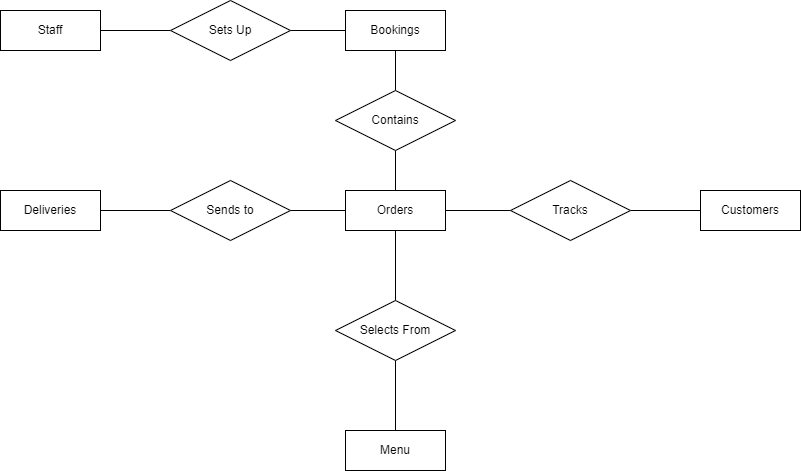
This is Little Lemon Conceptual Model.png from johnt759/db-capstone-project, a draw.io export, as it was before one commit. Source tidied: cells renumbered, new cells last; positions are measured from the earlier drawing's top-left corner, leaving out a move shared by most shapes. Its diagram source:
```xml
<mxGraphModel>
  <root>
    <mxCell id="0" />
    <mxCell id="1" parent="0" />
    <mxCell id="2" style="edgeStyle=orthogonalEdgeStyle;rounded=0;jettySize=auto;html=1;exitX=1;exitY=0.5;exitDx=0;exitDy=0;entryX=0;entryY=0.5;entryDx=0;entryDy=0;endArrow=none;endFill=0;" parent="1" edge="1" source="3" target="22">
      <mxGeometry relative="1" as="geometry" />
    </mxCell>
    <mxCell id="3" value="Staff" style="whiteSpace=wrap;html=1;align=center;" parent="1" vertex="1">
      <mxGeometry y="10" width="100" height="40" as="geometry" />
    </mxCell>
    <mxCell id="4" style="edgeStyle=orthogonalEdgeStyle;rounded=0;jettySize=auto;html=1;exitX=0.5;exitY=0;exitDx=0;exitDy=0;entryX=0.5;entryY=1;entryDx=0;entryDy=0;endArrow=none;endFill=0;" parent="1" edge="1" source="6" target="15">
      <mxGeometry relative="1" as="geometry" />
    </mxCell>
    <mxCell id="5" style="edgeStyle=orthogonalEdgeStyle;rounded=0;jettySize=auto;html=1;exitX=1;exitY=0.5;exitDx=0;exitDy=0;entryX=0;entryY=0.5;entryDx=0;entryDy=0;endArrow=none;endFill=0;" parent="1" edge="1" source="6" target="14">
      <mxGeometry relative="1" as="geometry" />
    </mxCell>
    <mxCell id="6" value="Orders" style="whiteSpace=wrap;html=1;align=center;" parent="1" vertex="1">
      <mxGeometry x="345" y="190" width="100" height="40" as="geometry" />
    </mxCell>
    <mxCell id="7" value="Deliveries" style="whiteSpace=wrap;html=1;align=center;" parent="1" vertex="1">
      <mxGeometry y="190" width="100" height="40" as="geometry" />
    </mxCell>
    <mxCell id="8" style="edgeStyle=orthogonalEdgeStyle;rounded=0;jettySize=auto;html=1;exitX=0.5;exitY=1;exitDx=0;exitDy=0;entryX=0.5;entryY=0;entryDx=0;entryDy=0;endArrow=none;endFill=0;" parent="1" edge="1" source="10" target="15">
      <mxGeometry relative="1" as="geometry" />
    </mxCell>
    <mxCell id="9" style="edgeStyle=orthogonalEdgeStyle;rounded=0;jettySize=auto;html=1;exitX=0;exitY=0.5;exitDx=0;exitDy=0;entryX=1;entryY=0.5;entryDx=0;entryDy=0;endArrow=none;endFill=0;" parent="1" edge="1" source="10" target="22">
      <mxGeometry relative="1" as="geometry" />
    </mxCell>
    <mxCell id="10" value="Bookings" style="whiteSpace=wrap;html=1;align=center;" parent="1" vertex="1">
      <mxGeometry x="345" y="10" width="100" height="40" as="geometry" />
    </mxCell>
    <mxCell id="11" value="Menu" style="whiteSpace=wrap;html=1;align=center;" parent="1" vertex="1">
      <mxGeometry x="345" y="430" width="100" height="40" as="geometry" />
    </mxCell>
    <mxCell id="12" value="Customers" style="whiteSpace=wrap;html=1;align=center;" parent="1" vertex="1">
      <mxGeometry x="700" y="190" width="100" height="40" as="geometry" />
    </mxCell>
    <mxCell id="13" style="edgeStyle=orthogonalEdgeStyle;rounded=0;jettySize=auto;html=1;exitX=1;exitY=0.5;exitDx=0;exitDy=0;entryX=0;entryY=0.5;entryDx=0;entryDy=0;endArrow=none;endFill=0;" parent="1" edge="1" source="14" target="12">
      <mxGeometry relative="1" as="geometry" />
    </mxCell>
    <mxCell id="14" value="Tracks" style="shape=rhombus;perimeter=rhombusPerimeter;whiteSpace=wrap;html=1;align=center;" parent="1" vertex="1">
      <mxGeometry x="510" y="180" width="120" height="60" as="geometry" />
    </mxCell>
    <mxCell id="15" value="Contains" style="shape=rhombus;perimeter=rhombusPerimeter;whiteSpace=wrap;html=1;align=center;" parent="1" vertex="1">
      <mxGeometry x="335" y="90" width="120" height="60" as="geometry" />
    </mxCell>
    <mxCell id="16" style="edgeStyle=orthogonalEdgeStyle;rounded=0;jettySize=auto;html=1;exitX=0.5;exitY=0;exitDx=0;exitDy=0;entryX=0.5;entryY=1;entryDx=0;entryDy=0;endArrow=none;endFill=0;" parent="1" edge="1" source="18" target="6">
      <mxGeometry relative="1" as="geometry" />
    </mxCell>
    <mxCell id="17" style="edgeStyle=orthogonalEdgeStyle;rounded=0;jettySize=auto;html=1;exitX=0.5;exitY=1;exitDx=0;exitDy=0;endArrow=none;endFill=0;" parent="1" edge="1" source="18" target="11">
      <mxGeometry relative="1" as="geometry" />
    </mxCell>
    <mxCell id="18" value="Selects From" style="shape=rhombus;perimeter=rhombusPerimeter;whiteSpace=wrap;html=1;align=center;" parent="1" vertex="1">
      <mxGeometry x="335" y="300" width="120" height="60" as="geometry" />
    </mxCell>
    <mxCell id="19" style="edgeStyle=orthogonalEdgeStyle;rounded=0;jettySize=auto;html=1;entryX=1;entryY=0.5;entryDx=0;entryDy=0;endArrow=none;endFill=0;" parent="1" edge="1" source="21" target="7">
      <mxGeometry relative="1" as="geometry" />
    </mxCell>
    <mxCell id="20" style="edgeStyle=orthogonalEdgeStyle;rounded=0;jettySize=auto;html=1;exitX=1;exitY=0.5;exitDx=0;exitDy=0;entryX=0;entryY=0.5;entryDx=0;entryDy=0;endArrow=none;endFill=0;" parent="1" edge="1" source="21" target="6">
      <mxGeometry relative="1" as="geometry" />
    </mxCell>
    <mxCell id="21" value="Sends to" style="shape=rhombus;perimeter=rhombusPerimeter;whiteSpace=wrap;html=1;align=center;" parent="1" vertex="1">
      <mxGeometry x="170" y="180" width="120" height="60" as="geometry" />
    </mxCell>
    <mxCell id="22" value="Sets Up" style="shape=rhombus;perimeter=rhombusPerimeter;whiteSpace=wrap;html=1;align=center;" parent="1" vertex="1">
      <mxGeometry x="170" width="120" height="60" as="geometry" />
    </mxCell>
  </root>
</mxGraphModel>
```
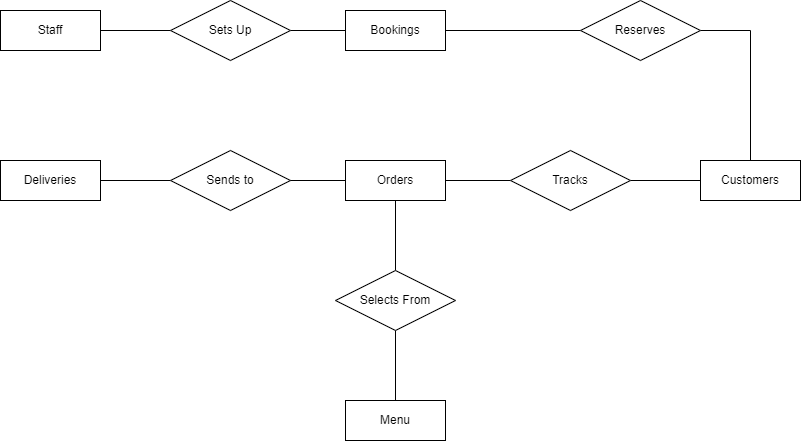
Above is the later version.

The edit, as a diff of the source:
```diff
@@ -6,11 +6,8 @@
       <mxGeometry relative="1" as="geometry" />
     </mxCell>
     <mxCell id="3" value="Staff" style="whiteSpace=wrap;html=1;align=center;" parent="1" vertex="1">
-      <mxGeometry y="10" width="100" height="40" as="geometry" />
+      <mxGeometry y="40" width="100" height="40" as="geometry" />
     </mxCell>
-    <mxCell id="4" style="edgeStyle=orthogonalEdgeStyle;rounded=0;jettySize=auto;html=1;exitX=0.5;exitY=0;exitDx=0;exitDy=0;entryX=0.5;entryY=1;entryDx=0;entryDy=0;endArrow=none;endFill=0;" parent="1" edge="1" source="6" target="15">
-      <mxGeometry relative="1" as="geometry" />
-    </mxCell>
     <mxCell id="5" style="edgeStyle=orthogonalEdgeStyle;rounded=0;jettySize=auto;html=1;exitX=1;exitY=0.5;exitDx=0;exitDy=0;entryX=0;entryY=0.5;entryDx=0;entryDy=0;endArrow=none;endFill=0;" parent="1" edge="1" source="6" target="14">
       <mxGeometry relative="1" as="geometry" />
     </mxCell>
@@ -20,18 +17,21 @@
     <mxCell id="7" value="Deliveries" style="whiteSpace=wrap;html=1;align=center;" parent="1" vertex="1">
       <mxGeometry y="190" width="100" height="40" as="geometry" />
     </mxCell>
-    <mxCell id="8" style="edgeStyle=orthogonalEdgeStyle;rounded=0;jettySize=auto;html=1;exitX=0.5;exitY=1;exitDx=0;exitDy=0;entryX=0.5;entryY=0;entryDx=0;entryDy=0;endArrow=none;endFill=0;" parent="1" edge="1" source="10" target="15">
-      <mxGeometry relative="1" as="geometry" />
-    </mxCell>
     <mxCell id="9" style="edgeStyle=orthogonalEdgeStyle;rounded=0;jettySize=auto;html=1;exitX=0;exitY=0.5;exitDx=0;exitDy=0;entryX=1;entryY=0.5;entryDx=0;entryDy=0;endArrow=none;endFill=0;" parent="1" edge="1" source="10" target="22">
       <mxGeometry relative="1" as="geometry" />
     </mxCell>
+    <mxCell id="23" style="edgeStyle=orthogonalEdgeStyle;rounded=0;jettySize=auto;html=1;exitX=1;exitY=0.5;exitDx=0;exitDy=0;entryX=0;entryY=0.5;entryDx=0;entryDy=0;endArrow=none;endFill=0;" parent="1" edge="1" source="10" target="25">
+      <mxGeometry relative="1" as="geometry" />
+    </mxCell>
     <mxCell id="10" value="Bookings" style="whiteSpace=wrap;html=1;align=center;" parent="1" vertex="1">
-      <mxGeometry x="345" y="10" width="100" height="40" as="geometry" />
+      <mxGeometry x="345" y="40" width="100" height="40" as="geometry" />
     </mxCell>
     <mxCell id="11" value="Menu" style="whiteSpace=wrap;html=1;align=center;" parent="1" vertex="1">
       <mxGeometry x="345" y="430" width="100" height="40" as="geometry" />
     </mxCell>
+    <mxCell id="24" style="edgeStyle=orthogonalEdgeStyle;rounded=0;jettySize=auto;html=1;exitX=0.5;exitY=0;exitDx=0;exitDy=0;entryX=1;entryY=0.5;entryDx=0;entryDy=0;endArrow=none;endFill=0;" parent="1" edge="1" source="12" target="25">
+      <mxGeometry relative="1" as="geometry" />
+    </mxCell>
     <mxCell id="12" value="Customers" style="whiteSpace=wrap;html=1;align=center;" parent="1" vertex="1">
       <mxGeometry x="700" y="190" width="100" height="40" as="geometry" />
     </mxCell>
@@ -41,9 +41,6 @@
     <mxCell id="14" value="Tracks" style="shape=rhombus;perimeter=rhombusPerimeter;whiteSpace=wrap;html=1;align=center;" parent="1" vertex="1">
       <mxGeometry x="510" y="180" width="120" height="60" as="geometry" />
     </mxCell>
-    <mxCell id="15" value="Contains" style="shape=rhombus;perimeter=rhombusPerimeter;whiteSpace=wrap;html=1;align=center;" parent="1" vertex="1">
-      <mxGeometry x="335" y="90" width="120" height="60" as="geometry" />
-    </mxCell>
     <mxCell id="16" style="edgeStyle=orthogonalEdgeStyle;rounded=0;jettySize=auto;html=1;exitX=0.5;exitY=0;exitDx=0;exitDy=0;entryX=0.5;entryY=1;entryDx=0;entryDy=0;endArrow=none;endFill=0;" parent="1" edge="1" source="18" target="6">
       <mxGeometry relative="1" as="geometry" />
     </mxCell>
@@ -63,7 +60,10 @@
       <mxGeometry x="170" y="180" width="120" height="60" as="geometry" />
     </mxCell>
     <mxCell id="22" value="Sets Up" style="shape=rhombus;perimeter=rhombusPerimeter;whiteSpace=wrap;html=1;align=center;" parent="1" vertex="1">
-      <mxGeometry x="170" width="120" height="60" as="geometry" />
+      <mxGeometry x="170" y="30" width="120" height="60" as="geometry" />
     </mxCell>
+    <mxCell id="25" value="Reserves" style="shape=rhombus;perimeter=rhombusPerimeter;whiteSpace=wrap;html=1;align=center;" parent="1" vertex="1">
+      <mxGeometry x="580" y="30" width="120" height="60" as="geometry" />
+    </mxCell>
   </root>
 </mxGraphModel>
```
